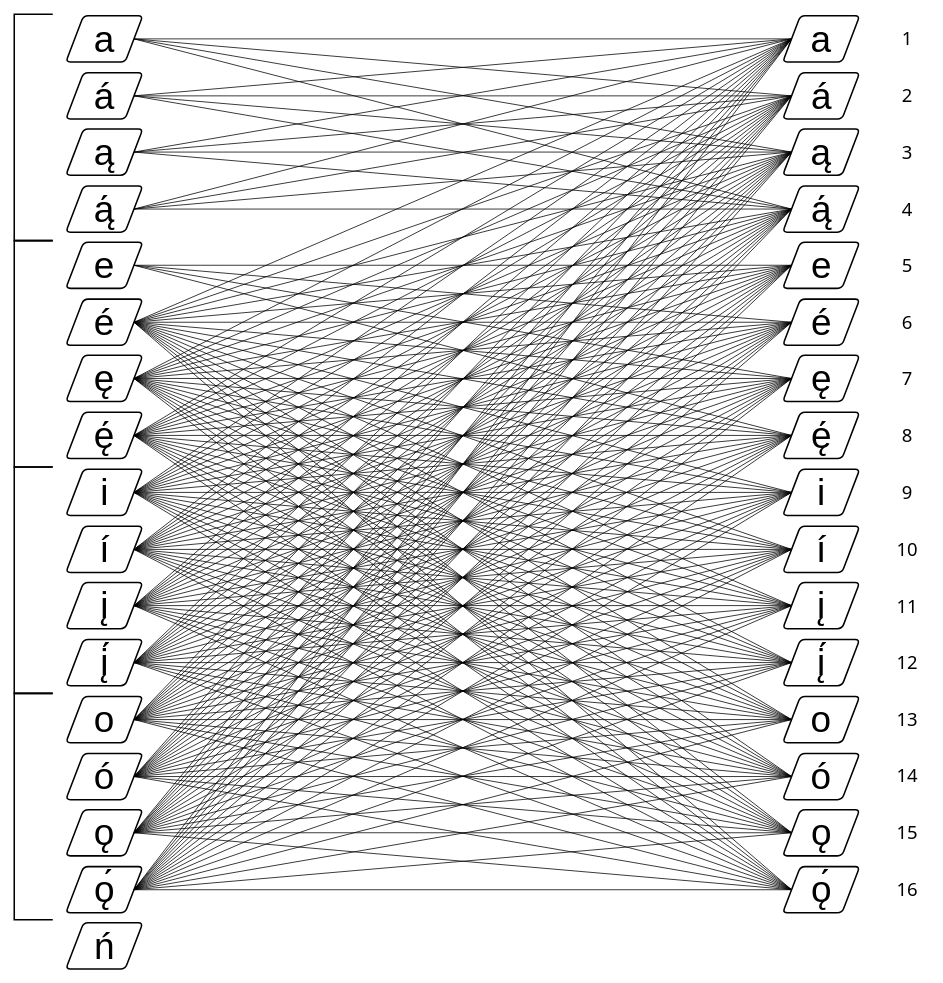
This is Associated Diagrams/Navaho Vowel Network_v2.drawio from OJB-Quantum/Navaho-Linguistics, a draw.io file, before an edit. Source tidied: cells renumbered, new cells numbered last; positions are measured from the earlier drawing's top-left corner, leaving out a move shared by most shapes. Both pictures are drawn from the tidied source at 77%, with x=0, y=0 at pixel (14, 14).
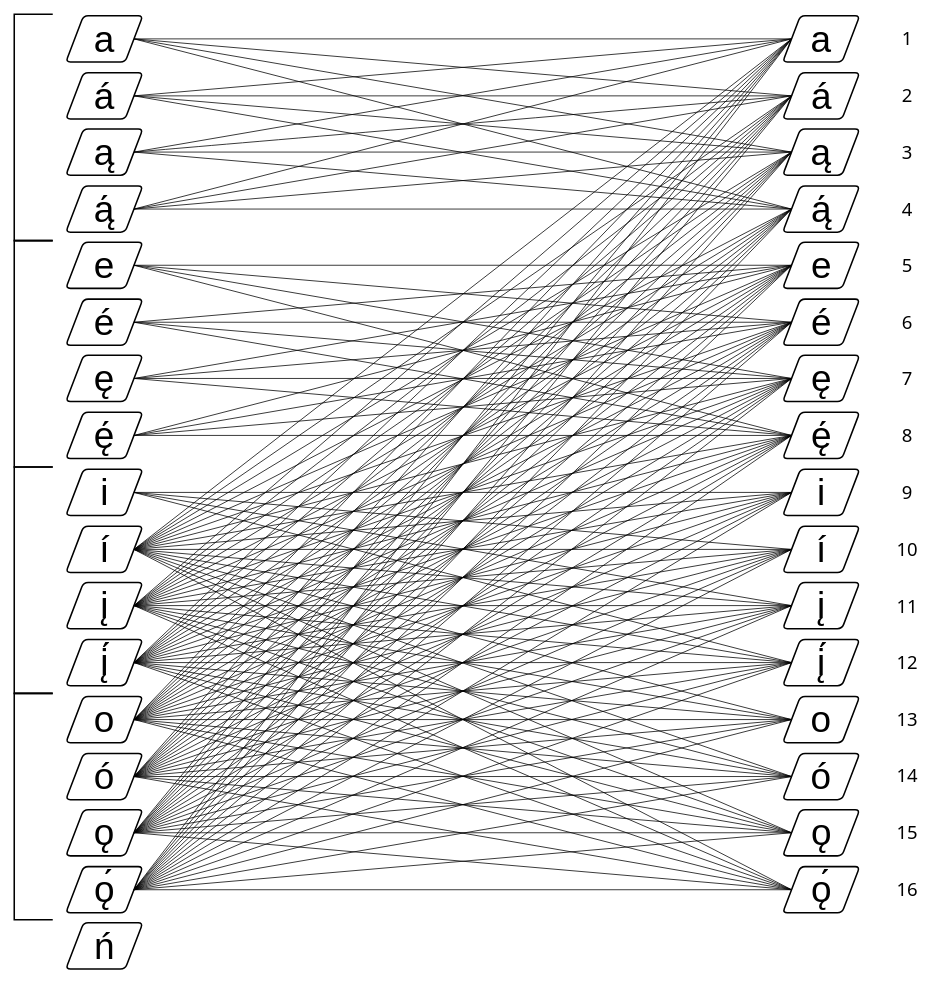
The same page after the edit.

The change refers to these unchanged cells:
```xml
<mxCell id="39" style="shape=parallelogram;html=1;strokeWidth=2;perimeter=parallelogramPerimeter;whiteSpace=wrap;rounded=1;arcSize=12;size=0.23;fontFamily=IBM Plex Sans;" parent="1" vertex="1">
  <mxGeometry x="67" y="370" width="100" height="60" as="geometry" />
</mxCell>
<mxCell id="41" style="shape=parallelogram;html=1;strokeWidth=2;perimeter=parallelogramPerimeter;whiteSpace=wrap;rounded=1;arcSize=12;size=0.23;fontFamily=IBM Plex Sans;" parent="1" vertex="1">
  <mxGeometry x="67" y="443" width="100" height="60" as="geometry" />
</mxCell>
<mxCell id="43" style="shape=parallelogram;html=1;strokeWidth=2;perimeter=parallelogramPerimeter;whiteSpace=wrap;rounded=1;arcSize=12;size=0.23;fontFamily=IBM Plex Sans;" parent="1" vertex="1">
  <mxGeometry x="67" y="517" width="100" height="60" as="geometry" />
</mxCell>
<mxCell id="45" style="shape=parallelogram;html=1;strokeWidth=2;perimeter=parallelogramPerimeter;whiteSpace=wrap;rounded=1;arcSize=12;size=0.23;fontFamily=IBM Plex Sans;" parent="1" vertex="1">
  <mxGeometry x="67" y="591" width="100" height="60" as="geometry" />
</mxCell>
<mxCell id="63" style="shape=parallelogram;html=1;strokeWidth=2;perimeter=parallelogramPerimeter;whiteSpace=wrap;rounded=1;arcSize=12;size=0.23;fontFamily=IBM Plex Sans;" parent="1" vertex="1">
  <mxGeometry x="998" y="2" width="100" height="60" as="geometry" />
</mxCell>
<mxCell id="65" style="shape=parallelogram;html=1;strokeWidth=2;perimeter=parallelogramPerimeter;whiteSpace=wrap;rounded=1;arcSize=12;size=0.23;fontFamily=IBM Plex Sans;" parent="1" vertex="1">
  <mxGeometry x="998" y="76" width="100" height="60" as="geometry" />
</mxCell>
<mxCell id="67" style="shape=parallelogram;html=1;strokeWidth=2;perimeter=parallelogramPerimeter;whiteSpace=wrap;rounded=1;arcSize=12;size=0.23;fontFamily=IBM Plex Sans;" parent="1" vertex="1">
  <mxGeometry x="998" y="149" width="100" height="60" as="geometry" />
</mxCell>
<mxCell id="69" style="shape=parallelogram;html=1;strokeWidth=2;perimeter=parallelogramPerimeter;whiteSpace=wrap;rounded=1;arcSize=12;size=0.23;fontFamily=IBM Plex Sans;" parent="1" vertex="1">
  <mxGeometry x="998" y="223" width="100" height="60" as="geometry" />
</mxCell>
<mxCell id="71" style="shape=parallelogram;html=1;strokeWidth=2;perimeter=parallelogramPerimeter;whiteSpace=wrap;rounded=1;arcSize=12;size=0.23;fontFamily=IBM Plex Sans;" parent="1" vertex="1">
  <mxGeometry x="998" y="296" width="100" height="60" as="geometry" />
</mxCell>
<mxCell id="73" style="shape=parallelogram;html=1;strokeWidth=2;perimeter=parallelogramPerimeter;whiteSpace=wrap;rounded=1;arcSize=12;size=0.23;fontFamily=IBM Plex Sans;" parent="1" vertex="1">
  <mxGeometry x="998" y="370" width="100" height="60" as="geometry" />
</mxCell>
<mxCell id="75" style="shape=parallelogram;html=1;strokeWidth=2;perimeter=parallelogramPerimeter;whiteSpace=wrap;rounded=1;arcSize=12;size=0.23;fontFamily=IBM Plex Sans;" parent="1" vertex="1">
  <mxGeometry x="998" y="443" width="100" height="60" as="geometry" />
</mxCell>
<mxCell id="77" style="shape=parallelogram;html=1;strokeWidth=2;perimeter=parallelogramPerimeter;whiteSpace=wrap;rounded=1;arcSize=12;size=0.23;fontFamily=IBM Plex Sans;" parent="1" vertex="1">
  <mxGeometry x="998" y="517" width="100" height="60" as="geometry" />
</mxCell>
<mxCell id="79" style="shape=parallelogram;html=1;strokeWidth=2;perimeter=parallelogramPerimeter;whiteSpace=wrap;rounded=1;arcSize=12;size=0.23;fontFamily=IBM Plex Sans;" parent="1" vertex="1">
  <mxGeometry x="998" y="591" width="100" height="60" as="geometry" />
</mxCell>
<mxCell id="81" style="shape=parallelogram;html=1;strokeWidth=2;perimeter=parallelogramPerimeter;whiteSpace=wrap;rounded=1;arcSize=12;size=0.23;fontFamily=IBM Plex Sans;" parent="1" vertex="1">
  <mxGeometry x="998" y="665" width="100" height="60" as="geometry" />
</mxCell>
<mxCell id="83" style="shape=parallelogram;html=1;strokeWidth=2;perimeter=parallelogramPerimeter;whiteSpace=wrap;rounded=1;arcSize=12;size=0.23;fontFamily=IBM Plex Sans;" parent="1" vertex="1">
  <mxGeometry x="998" y="738" width="100" height="60" as="geometry" />
</mxCell>
<mxCell id="85" style="shape=parallelogram;html=1;strokeWidth=2;perimeter=parallelogramPerimeter;whiteSpace=wrap;rounded=1;arcSize=12;size=0.23;fontFamily=IBM Plex Sans;" parent="1" vertex="1">
  <mxGeometry x="998" y="812" width="100" height="60" as="geometry" />
</mxCell>
<mxCell id="87" style="shape=parallelogram;html=1;strokeWidth=2;perimeter=parallelogramPerimeter;whiteSpace=wrap;rounded=1;arcSize=12;size=0.23;fontFamily=IBM Plex Sans;" parent="1" vertex="1">
  <mxGeometry x="998" y="886" width="100" height="60" as="geometry" />
</mxCell>
<mxCell id="89" style="shape=parallelogram;html=1;strokeWidth=2;perimeter=parallelogramPerimeter;whiteSpace=wrap;rounded=1;arcSize=12;size=0.23;fontFamily=IBM Plex Sans;" parent="1" vertex="1">
  <mxGeometry x="998" y="960" width="100" height="60" as="geometry" />
</mxCell>
<mxCell id="91" style="shape=parallelogram;html=1;strokeWidth=2;perimeter=parallelogramPerimeter;whiteSpace=wrap;rounded=1;arcSize=12;size=0.23;fontFamily=IBM Plex Sans;" parent="1" vertex="1">
  <mxGeometry x="998" y="1033" width="100" height="60" as="geometry" />
</mxCell>
<mxCell id="93" style="shape=parallelogram;html=1;strokeWidth=2;perimeter=parallelogramPerimeter;whiteSpace=wrap;rounded=1;arcSize=12;size=0.23;fontFamily=IBM Plex Sans;" parent="1" vertex="1">
  <mxGeometry x="998" y="1107" width="100" height="60" as="geometry" />
</mxCell>
```

What changed in the source:
```diff
@@
-    <mxCell id="13" style="endArrow=none;html=1;rounded=0;entryX=0;entryY=0.5;entryDx=0;entryDy=0;exitX=1;exitY=0.5;exitDx=0;exitDy=0;" parent="1" edge="1" source="39" target="63">
-      <mxGeometry relative="1" as="geometry" />
-    </mxCell>
-    <mxCell id="14" style="endArrow=none;html=1;rounded=0;entryX=0;entryY=0.5;entryDx=0;entryDy=0;exitX=1;exitY=0.5;exitDx=0;exitDy=0;" parent="1" edge="1" source="41" target="63">
-      <mxGeometry relative="1" as="geometry" />
-    </mxCell>
-    <mxCell id="15" style="endArrow=none;html=1;rounded=0;entryX=0;entryY=0.5;entryDx=0;entryDy=0;exitX=1;exitY=0.5;exitDx=0;exitDy=0;" parent="1" edge="1" source="43" target="63">
-      <mxGeometry relative="1" as="geometry" />
-    </mxCell>
-    <mxCell id="16" style="endArrow=none;html=1;rounded=0;entryX=0;entryY=0.5;entryDx=0;entryDy=0;exitX=1;exitY=0.5;exitDx=0;exitDy=0;" parent="1" edge="1" source="45" target="63">
-      <mxGeometry relative="1" as="geometry" />
-    </mxCell>
@@
-    <mxCell id="103" style="endArrow=none;html=1;rounded=0;exitX=1;exitY=0.5;exitDx=0;exitDy=0;entryX=0;entryY=0.5;entryDx=0;entryDy=0;" parent="1" edge="1" source="39" target="65">
-      <mxGeometry relative="1" as="geometry" />
-    </mxCell>
-    <mxCell id="104" style="endArrow=none;html=1;rounded=0;exitX=1;exitY=0.5;exitDx=0;exitDy=0;entryX=0;entryY=0.5;entryDx=0;entryDy=0;" parent="1" edge="1" source="39" target="67">
-      <mxGeometry relative="1" as="geometry" />
-    </mxCell>
-    <mxCell id="105" style="endArrow=none;html=1;rounded=0;exitX=1;exitY=0.5;exitDx=0;exitDy=0;entryX=0;entryY=0.5;entryDx=0;entryDy=0;" parent="1" edge="1" source="39" target="69">
-      <mxGeometry relative="1" as="geometry" />
-    </mxCell>
@@
-    <mxCell id="126" style="endArrow=none;html=1;rounded=0;exitX=1;exitY=0.5;exitDx=0;exitDy=0;entryX=0;entryY=0.5;entryDx=0;entryDy=0;" parent="1" edge="1" source="39" target="79">
-      <mxGeometry relative="1" as="geometry" />
-    </mxCell>
-    <mxCell id="127" style="endArrow=none;html=1;rounded=0;exitX=1;exitY=0.5;exitDx=0;exitDy=0;entryX=0;entryY=0.5;entryDx=0;entryDy=0;" parent="1" edge="1" source="39" target="81">
-      <mxGeometry relative="1" as="geometry" />
-    </mxCell>
-    <mxCell id="128" style="endArrow=none;html=1;rounded=0;exitX=1;exitY=0.5;exitDx=0;exitDy=0;entryX=0;entryY=0.5;entryDx=0;entryDy=0;" parent="1" edge="1" source="39" target="83">
-      <mxGeometry relative="1" as="geometry" />
-    </mxCell>
-    <mxCell id="129" style="endArrow=none;html=1;rounded=0;exitX=1;exitY=0.5;exitDx=0;exitDy=0;entryX=0;entryY=0.5;entryDx=0;entryDy=0;" parent="1" edge="1" source="39" target="85">
-      <mxGeometry relative="1" as="geometry" />
-    </mxCell>
-    <mxCell id="130" style="endArrow=none;html=1;rounded=0;exitX=1;exitY=0.5;exitDx=0;exitDy=0;entryX=0;entryY=0.5;entryDx=0;entryDy=0;" parent="1" edge="1" source="39" target="87">
-      <mxGeometry relative="1" as="geometry" />
-    </mxCell>
-    <mxCell id="131" style="endArrow=none;html=1;rounded=0;exitX=1;exitY=0.5;exitDx=0;exitDy=0;entryX=0;entryY=0.5;entryDx=0;entryDy=0;" parent="1" edge="1" source="39" target="89">
-      <mxGeometry relative="1" as="geometry" />
-    </mxCell>
-    <mxCell id="132" style="endArrow=none;html=1;rounded=0;exitX=1;exitY=0.5;exitDx=0;exitDy=0;entryX=0;entryY=0.5;entryDx=0;entryDy=0;" parent="1" edge="1" source="39" target="91">
-      <mxGeometry relative="1" as="geometry" />
-    </mxCell>
-    <mxCell id="133" style="endArrow=none;html=1;rounded=0;exitX=1;exitY=0.5;exitDx=0;exitDy=0;entryX=0;entryY=0.5;entryDx=0;entryDy=0;" parent="1" edge="1" source="39" target="93">
-      <mxGeometry relative="1" as="geometry" />
-    </mxCell>
-    <mxCell id="134" style="endArrow=none;html=1;rounded=0;exitX=1;exitY=0.5;exitDx=0;exitDy=0;entryX=0;entryY=0.5;entryDx=0;entryDy=0;" parent="1" edge="1" source="41" target="65">
-      <mxGeometry relative="1" as="geometry" />
-    </mxCell>
-    <mxCell id="135" style="endArrow=none;html=1;rounded=0;exitX=1;exitY=0.5;exitDx=0;exitDy=0;entryX=0;entryY=0.5;entryDx=0;entryDy=0;" parent="1" edge="1" source="41" target="67">
-      <mxGeometry relative="1" as="geometry" />
-    </mxCell>
-    <mxCell id="136" style="endArrow=none;html=1;rounded=0;exitX=1;exitY=0.5;exitDx=0;exitDy=0;entryX=0;entryY=0.5;entryDx=0;entryDy=0;" parent="1" edge="1" source="41" target="69">
-      <mxGeometry relative="1" as="geometry" />
-    </mxCell>
@@
-    <mxCell id="141" style="endArrow=none;html=1;rounded=0;exitX=1;exitY=0.5;exitDx=0;exitDy=0;entryX=0;entryY=0.5;entryDx=0;entryDy=0;" parent="1" edge="1" source="41" target="79">
-      <mxGeometry relative="1" as="geometry" />
-    </mxCell>
-    <mxCell id="142" style="endArrow=none;html=1;rounded=0;exitX=1;exitY=0.5;exitDx=0;exitDy=0;entryX=0;entryY=0.5;entryDx=0;entryDy=0;" parent="1" edge="1" source="41" target="81">
-      <mxGeometry relative="1" as="geometry" />
-    </mxCell>
-    <mxCell id="143" style="endArrow=none;html=1;rounded=0;exitX=1;exitY=0.5;exitDx=0;exitDy=0;entryX=0;entryY=0.5;entryDx=0;entryDy=0;" parent="1" edge="1" source="41" target="83">
-      <mxGeometry relative="1" as="geometry" />
-    </mxCell>
-    <mxCell id="144" style="endArrow=none;html=1;rounded=0;exitX=1;exitY=0.5;exitDx=0;exitDy=0;entryX=0;entryY=0.5;entryDx=0;entryDy=0;" parent="1" edge="1" source="41" target="85">
-      <mxGeometry relative="1" as="geometry" />
-    </mxCell>
-    <mxCell id="145" style="endArrow=none;html=1;rounded=0;exitX=1;exitY=0.5;exitDx=0;exitDy=0;entryX=0;entryY=0.5;entryDx=0;entryDy=0;" parent="1" edge="1" source="41" target="87">
-      <mxGeometry relative="1" as="geometry" />
-    </mxCell>
-    <mxCell id="146" style="endArrow=none;html=1;rounded=0;exitX=1;exitY=0.5;exitDx=0;exitDy=0;entryX=0;entryY=0.5;entryDx=0;entryDy=0;" parent="1" edge="1" source="41" target="89">
-      <mxGeometry relative="1" as="geometry" />
-    </mxCell>
-    <mxCell id="147" style="endArrow=none;html=1;rounded=0;exitX=1;exitY=0.5;exitDx=0;exitDy=0;entryX=0;entryY=0.5;entryDx=0;entryDy=0;" parent="1" edge="1" source="41" target="91">
-      <mxGeometry relative="1" as="geometry" />
-    </mxCell>
-    <mxCell id="148" style="endArrow=none;html=1;rounded=0;exitX=1;exitY=0.5;exitDx=0;exitDy=0;entryX=0;entryY=0.5;entryDx=0;entryDy=0;" parent="1" edge="1" source="41" target="93">
-      <mxGeometry relative="1" as="geometry" />
-    </mxCell>
-    <mxCell id="149" style="endArrow=none;html=1;rounded=0;exitX=1;exitY=0.5;exitDx=0;exitDy=0;entryX=0;entryY=0.5;entryDx=0;entryDy=0;" parent="1" edge="1" source="43" target="67">
-      <mxGeometry relative="1" as="geometry" />
-    </mxCell>
-    <mxCell id="150" style="endArrow=none;html=1;rounded=0;exitX=1;exitY=0.5;exitDx=0;exitDy=0;entryX=0;entryY=0.5;entryDx=0;entryDy=0;" parent="1" edge="1" source="43" target="65">
-      <mxGeometry relative="1" as="geometry" />
-    </mxCell>
-    <mxCell id="151" style="endArrow=none;html=1;rounded=0;exitX=1;exitY=0.5;exitDx=0;exitDy=0;entryX=0;entryY=0.5;entryDx=0;entryDy=0;" parent="1" edge="1" source="43" target="69">
-      <mxGeometry relative="1" as="geometry" />
-    </mxCell>
@@
-    <mxCell id="156" style="endArrow=none;html=1;rounded=0;exitX=1;exitY=0.5;exitDx=0;exitDy=0;entryX=0;entryY=0.5;entryDx=0;entryDy=0;" parent="1" edge="1" source="43" target="79">
-      <mxGeometry relative="1" as="geometry" />
-    </mxCell>
-    <mxCell id="157" style="endArrow=none;html=1;rounded=0;exitX=1;exitY=0.5;exitDx=0;exitDy=0;entryX=0;entryY=0.5;entryDx=0;entryDy=0;" parent="1" edge="1" source="43" target="81">
-      <mxGeometry relative="1" as="geometry" />
-    </mxCell>
-    <mxCell id="158" style="endArrow=none;html=1;rounded=0;exitX=1;exitY=0.5;exitDx=0;exitDy=0;entryX=0;entryY=0.5;entryDx=0;entryDy=0;" parent="1" edge="1" source="43" target="83">
-      <mxGeometry relative="1" as="geometry" />
-    </mxCell>
-    <mxCell id="159" style="endArrow=none;html=1;rounded=0;exitX=1;exitY=0.5;exitDx=0;exitDy=0;entryX=0;entryY=0.5;entryDx=0;entryDy=0;" parent="1" edge="1" source="43" target="85">
-      <mxGeometry relative="1" as="geometry" />
-    </mxCell>
-    <mxCell id="160" style="endArrow=none;html=1;rounded=0;exitX=1;exitY=0.5;exitDx=0;exitDy=0;entryX=0;entryY=0.5;entryDx=0;entryDy=0;" parent="1" edge="1" source="43" target="87">
-      <mxGeometry relative="1" as="geometry" />
-    </mxCell>
-    <mxCell id="161" style="endArrow=none;html=1;rounded=0;exitX=1;exitY=0.5;exitDx=0;exitDy=0;entryX=0;entryY=0.5;entryDx=0;entryDy=0;" parent="1" edge="1" source="43" target="89">
-      <mxGeometry relative="1" as="geometry" />
-    </mxCell>
-    <mxCell id="162" style="endArrow=none;html=1;rounded=0;exitX=1;exitY=0.5;exitDx=0;exitDy=0;entryX=0;entryY=0.5;entryDx=0;entryDy=0;" parent="1" edge="1" source="43" target="91">
-      <mxGeometry relative="1" as="geometry" />
-    </mxCell>
-    <mxCell id="163" style="endArrow=none;html=1;rounded=0;exitX=1;exitY=0.5;exitDx=0;exitDy=0;entryX=0;entryY=0.5;entryDx=0;entryDy=0;" parent="1" edge="1" source="43" target="93">
-      <mxGeometry relative="1" as="geometry" />
-    </mxCell>
-    <mxCell id="164" style="endArrow=none;html=1;rounded=0;exitX=1;exitY=0.5;exitDx=0;exitDy=0;entryX=0;entryY=0.5;entryDx=0;entryDy=0;" parent="1" edge="1" source="45" target="65">
-      <mxGeometry relative="1" as="geometry" />
-    </mxCell>
-    <mxCell id="165" style="endArrow=none;html=1;rounded=0;exitX=1;exitY=0.5;exitDx=0;exitDy=0;entryX=0;entryY=0.5;entryDx=0;entryDy=0;" parent="1" edge="1" source="45" target="67">
-      <mxGeometry relative="1" as="geometry" />
-    </mxCell>
-    <mxCell id="166" style="endArrow=none;html=1;rounded=0;exitX=1;exitY=0.5;exitDx=0;exitDy=0;entryX=0;entryY=0.5;entryDx=0;entryDy=0;" parent="1" edge="1" source="45" target="69">
-      <mxGeometry relative="1" as="geometry" />
-    </mxCell>
-    <mxCell id="167" style="endArrow=none;html=1;rounded=0;exitX=1;exitY=0.5;exitDx=0;exitDy=0;entryX=0;entryY=0.5;entryDx=0;entryDy=0;" parent="1" edge="1" source="45" target="71">
-      <mxGeometry relative="1" as="geometry" />
-    </mxCell>
-    <mxCell id="168" style="endArrow=none;html=1;rounded=0;exitX=1;exitY=0.5;exitDx=0;exitDy=0;entryX=0;entryY=0.5;entryDx=0;entryDy=0;" parent="1" edge="1" source="45" target="73">
-      <mxGeometry relative="1" as="geometry" />
-    </mxCell>
-    <mxCell id="169" style="endArrow=none;html=1;rounded=0;exitX=1;exitY=0.5;exitDx=0;exitDy=0;entryX=0;entryY=0.5;entryDx=0;entryDy=0;" parent="1" edge="1" source="45" target="75">
-      <mxGeometry relative="1" as="geometry" />
-    </mxCell>
-    <mxCell id="170" style="endArrow=none;html=1;rounded=0;exitX=1;exitY=0.5;exitDx=0;exitDy=0;entryX=0;entryY=0.5;entryDx=0;entryDy=0;" parent="1" edge="1" source="45" target="77">
-      <mxGeometry relative="1" as="geometry" />
-    </mxCell>
@@
-    <mxCell id="175" style="endArrow=none;html=1;rounded=0;exitX=1;exitY=0.5;exitDx=0;exitDy=0;entryX=0;entryY=0.5;entryDx=0;entryDy=0;" parent="1" edge="1" source="45" target="87">
-      <mxGeometry relative="1" as="geometry" />
-    </mxCell>
-    <mxCell id="176" style="endArrow=none;html=1;rounded=0;exitX=1;exitY=0.5;exitDx=0;exitDy=0;entryX=0;entryY=0.5;entryDx=0;entryDy=0;" parent="1" edge="1" source="45" target="89">
-      <mxGeometry relative="1" as="geometry" />
-    </mxCell>
-    <mxCell id="177" style="endArrow=none;html=1;rounded=0;exitX=1;exitY=0.5;exitDx=0;exitDy=0;entryX=0;entryY=0.5;entryDx=0;entryDy=0;" parent="1" edge="1" source="45" target="91">
-      <mxGeometry relative="1" as="geometry" />
-    </mxCell>
-    <mxCell id="178" style="endArrow=none;html=1;rounded=0;exitX=1;exitY=0.5;exitDx=0;exitDy=0;entryX=0;entryY=0.5;entryDx=0;entryDy=0;" parent="1" edge="1" source="45" target="93">
-      <mxGeometry relative="1" as="geometry" />
-    </mxCell>
```
